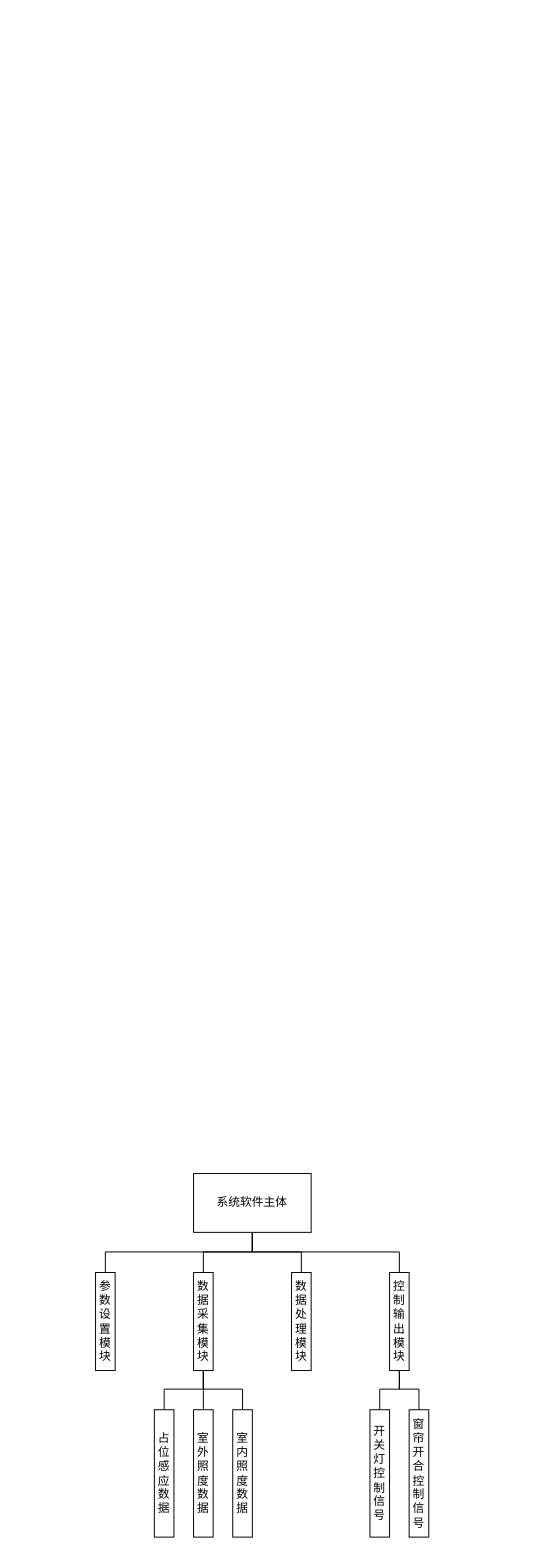
Earlier version of the draw.io diagram Untitled Diagram.drawio (chineselyw/chineselyw). Source tidied: cells renumbered, new cells numbered last; positions are measured from the earlier drawing's top-left corner, leaving out a move shared by most shapes. Both pictures are drawn from the tidied source at 98%, with x=0, y=0 at pixel (95, 1173).
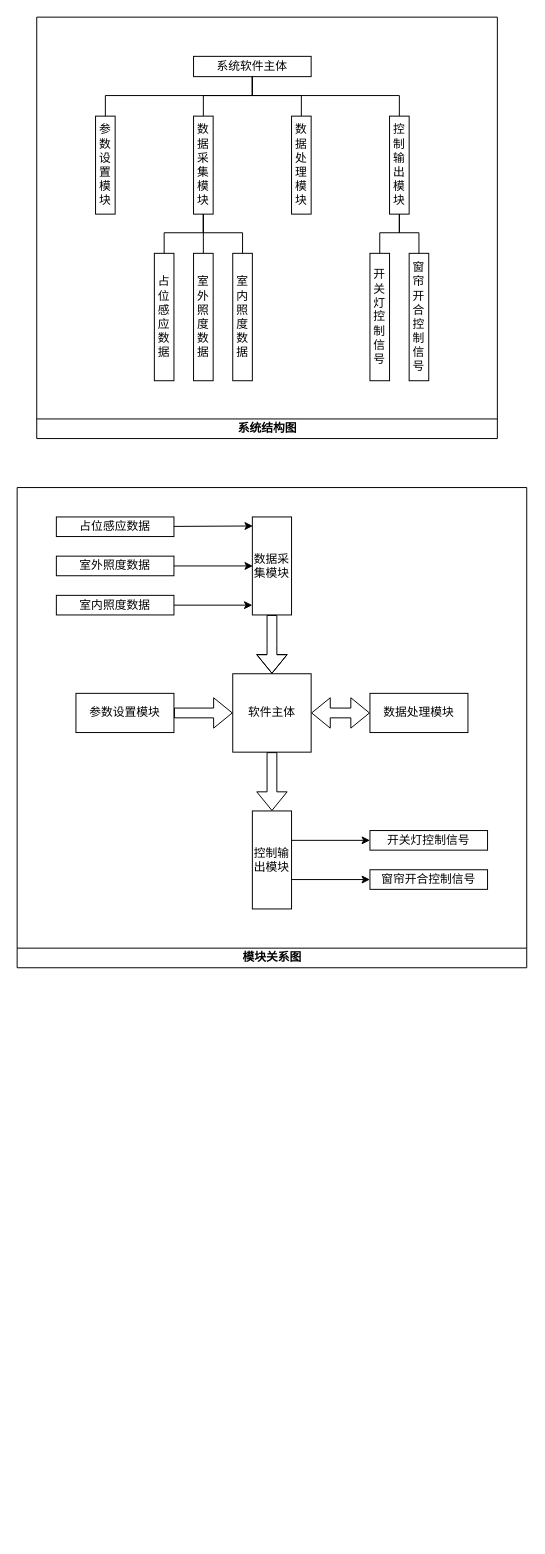
After the change.

What changed in the source:
```diff
@@
+    <mxCell id="22" value="系统结构图" style="swimlane;html=1;startSize=20;horizontal=1;containerType=tree;shadow=0;comic=0;strokeColor=#000000;strokeWidth=1;align=center;perimeter=rhombusPerimeter;direction=west;" parent="1" vertex="1">
+      <mxGeometry x="-60" y="-1180" width="470" height="430" as="geometry" />
+    </mxCell>
-    <mxCell id="2" style="group;" parent="1" vertex="1">
-      <mxGeometry x="100" width="120" height="61" as="geometry" />
+    <mxCell id="2" style="group;" parent="22" vertex="1">
+      <mxGeometry x="160" y="40" width="120" height="21" as="geometry" />
     </mxCell>
     <mxCell id="3" value="系统软件主体" style="rounded=0;whiteSpace=wrap;html=1;" parent="2" vertex="1">
-      <mxGeometry width="120" height="60" as="geometry" />
+      <mxGeometry width="120" height="20.7" as="geometry" />
     </mxCell>
-    <mxCell id="4" style="edgeStyle=orthogonalEdgeStyle;rounded=0;jettySize=auto;html=1;endArrow=none;endFill=0;entryX=0.5;entryY=1;entryDx=0;entryDy=0;" parent="1" edge="1" source="5" target="3">
+    <mxCell id="4" style="edgeStyle=orthogonalEdgeStyle;rounded=0;jettySize=auto;html=1;endArrow=none;endFill=0;entryX=0.5;entryY=1;entryDx=0;entryDy=0;" parent="22" edge="1" source="5" target="3">
       <mxGeometry relative="1" as="geometry">
         <Array as="points">
-          <mxPoint x="110" y="80" />
-          <mxPoint x="160" y="80" />
+          <mxPoint x="170" y="80" />
+          <mxPoint x="220" y="80" />
         </Array>
       </mxGeometry>
     </mxCell>
-    <mxCell id="5" value="数据采集模块" style="rounded=0;whiteSpace=wrap;html=1;" parent="1" vertex="1">
-      <mxGeometry x="100" y="101" width="20" height="100" as="geometry" />
+    <mxCell id="5" value="数据采集模块" style="rounded=0;whiteSpace=wrap;html=1;" parent="22" vertex="1">
+      <mxGeometry x="160" y="101" width="20" height="100" as="geometry" />
     </mxCell>
-    <mxCell id="6" value="参数设置模块" style="rounded=0;whiteSpace=wrap;html=1;" parent="1" vertex="1">
-      <mxGeometry y="101" width="20" height="100" as="geometry" />
+    <mxCell id="6" value="参数设置模块" style="rounded=0;whiteSpace=wrap;html=1;" parent="22" vertex="1">
+      <mxGeometry x="60" y="101" width="20" height="100" as="geometry" />
     </mxCell>
-    <mxCell id="7" style="edgeStyle=orthogonalEdgeStyle;rounded=0;jettySize=auto;html=1;endArrow=none;endFill=0;entryX=0.5;entryY=1;entryDx=0;entryDy=0;" parent="1" edge="1" source="9" target="3">
+    <mxCell id="7" style="edgeStyle=orthogonalEdgeStyle;rounded=0;jettySize=auto;html=1;endArrow=none;endFill=0;entryX=0.5;entryY=1;entryDx=0;entryDy=0;" parent="22" edge="1" source="9" target="3">
       <mxGeometry relative="1" as="geometry">
         <Array as="points">
-          <mxPoint x="210" y="80" />
-          <mxPoint x="160" y="80" />
+          <mxPoint x="270" y="80" />
+          <mxPoint x="220" y="80" />
         </Array>
       </mxGeometry>
     </mxCell>
-    <mxCell id="8" style="edgeStyle=orthogonalEdgeStyle;rounded=0;jettySize=auto;html=1;endArrow=none;endFill=0;exitX=0.5;exitY=1;exitDx=0;exitDy=0;" parent="1" edge="1" source="3" target="10">
+    <mxCell id="8" style="edgeStyle=orthogonalEdgeStyle;rounded=0;jettySize=auto;html=1;endArrow=none;endFill=0;exitX=0.5;exitY=1;exitDx=0;exitDy=0;" parent="22" edge="1" source="3" target="10">
       <mxGeometry relative="1" as="geometry">
         <Array as="points">
-          <mxPoint x="160" y="80" />
-          <mxPoint x="310" y="80" />
+          <mxPoint x="220" y="80" />
+          <mxPoint x="370" y="80" />
         </Array>
       </mxGeometry>
     </mxCell>
-    <mxCell id="9" value="数据处理模块" style="rounded=0;whiteSpace=wrap;html=1;" parent="1" vertex="1">
-      <mxGeometry x="200" y="101" width="20" height="100" as="geometry" />
+    <mxCell id="9" value="数据处理模块" style="rounded=0;whiteSpace=wrap;html=1;" parent="22" vertex="1">
+      <mxGeometry x="260" y="101" width="20" height="100" as="geometry" />
     </mxCell>
-    <mxCell id="10" value="控制输出模块" style="rounded=0;whiteSpace=wrap;html=1;" parent="1" vertex="1">
-      <mxGeometry x="300" y="101" width="20" height="100" as="geometry" />
+    <mxCell id="10" value="控制输出模块" style="rounded=0;whiteSpace=wrap;html=1;" parent="22" vertex="1">
+      <mxGeometry x="360" y="101" width="20" height="100" as="geometry" />
     </mxCell>
-    <mxCell id="11" style="edgeStyle=orthogonalEdgeStyle;rounded=0;jettySize=auto;html=1;endArrow=none;endFill=0;entryX=0.5;entryY=1;entryDx=0;entryDy=0;exitX=0.5;exitY=0;exitDx=0;exitDy=0;" parent="1" edge="1" source="6" target="3">
+    <mxCell id="11" style="edgeStyle=orthogonalEdgeStyle;rounded=0;jettySize=auto;html=1;endArrow=none;endFill=0;entryX=0.5;entryY=1;entryDx=0;entryDy=0;exitX=0.5;exitY=0;exitDx=0;exitDy=0;" parent="22" edge="1" source="6" target="3">
       <mxGeometry relative="1" as="geometry">
         <Array as="points">
-          <mxPoint x="10" y="80" />
-          <mxPoint x="160" y="80" />
+          <mxPoint x="70" y="80" />
+          <mxPoint x="220" y="80" />
         </Array>
       </mxGeometry>
     </mxCell>
-    <mxCell id="12" value="开关灯控制信号" style="rounded=0;whiteSpace=wrap;html=1;" parent="1" vertex="1">
-      <mxGeometry x="280" y="241" width="20" height="130" as="geometry" />
+    <mxCell id="12" value="开关灯控制信号" style="rounded=0;whiteSpace=wrap;html=1;" parent="22" vertex="1">
+      <mxGeometry x="340" y="241" width="20" height="130" as="geometry" />
     </mxCell>
-    <mxCell id="13" value="窗帘开合控制信号" style="rounded=0;whiteSpace=wrap;html=1;" parent="1" vertex="1">
-      <mxGeometry x="320" y="241" width="20" height="130" as="geometry" />
+    <mxCell id="13" value="窗帘开合控制信号" style="rounded=0;whiteSpace=wrap;html=1;" parent="22" vertex="1">
+      <mxGeometry x="380" y="241" width="20" height="130" as="geometry" />
     </mxCell>
-    <mxCell id="14" style="endArrow=none;html=1;entryX=0.5;entryY=1;entryDx=0;entryDy=0;exitX=0.5;exitY=0;exitDx=0;exitDy=0;rounded=0;" parent="1" edge="1" source="12" target="10">
+    <mxCell id="14" style="endArrow=none;html=1;entryX=0.5;entryY=1;entryDx=0;entryDy=0;exitX=0.5;exitY=0;exitDx=0;exitDy=0;rounded=0;" parent="22" edge="1" source="12" target="10">
       <mxGeometry relative="1" as="geometry">
         <Array as="points">
-          <mxPoint x="290" y="220" />
-          <mxPoint x="310" y="220" />
+          <mxPoint x="350" y="220" />
+          <mxPoint x="370" y="220" />
         </Array>
       </mxGeometry>
     </mxCell>
-    <mxCell id="15" style="endArrow=none;html=1;entryX=0.5;entryY=1;entryDx=0;entryDy=0;rounded=0;exitX=0.5;exitY=0;exitDx=0;exitDy=0;" parent="1" edge="1" source="13" target="10">
+    <mxCell id="15" style="endArrow=none;html=1;entryX=0.5;entryY=1;entryDx=0;entryDy=0;rounded=0;exitX=0.5;exitY=0;exitDx=0;exitDy=0;" parent="22" edge="1" source="13" target="10">
       <mxGeometry relative="1" as="geometry">
         <Array as="points">
-          <mxPoint x="330" y="220" />
-          <mxPoint x="310" y="220" />
+          <mxPoint x="390" y="220" />
+          <mxPoint x="370" y="220" />
         </Array>
       </mxGeometry>
     </mxCell>
-    <mxCell id="16" value="室外照度数据" style="rounded=0;whiteSpace=wrap;html=1;" parent="1" vertex="1">
-      <mxGeometry x="100" y="241" width="20" height="130" as="geometry" />
+    <mxCell id="16" value="室外照度数据" style="rounded=0;whiteSpace=wrap;html=1;" parent="22" vertex="1">
+      <mxGeometry x="160" y="241" width="20" height="130" as="geometry" />
     </mxCell>
-    <mxCell id="17" value="占位感应数据" style="rounded=0;whiteSpace=wrap;html=1;" parent="1" vertex="1">
-      <mxGeometry x="60" y="241" width="20" height="130" as="geometry" />
+    <mxCell id="17" value="占位感应数据" style="rounded=0;whiteSpace=wrap;html=1;" parent="22" vertex="1">
+      <mxGeometry x="120" y="241" width="20" height="130" as="geometry" />
     </mxCell>
-    <mxCell id="18" value="室内照度数据" style="rounded=0;whiteSpace=wrap;html=1;" parent="1" vertex="1">
-      <mxGeometry x="140" y="241" width="20" height="130" as="geometry" />
+    <mxCell id="18" value="室内照度数据" style="rounded=0;whiteSpace=wrap;html=1;" parent="22" vertex="1">
+      <mxGeometry x="200" y="241" width="20" height="130" as="geometry" />
     </mxCell>
-    <mxCell id="19" style="endArrow=none;html=1;entryX=0.5;entryY=1;entryDx=0;entryDy=0;exitX=0.5;exitY=0;exitDx=0;exitDy=0;rounded=0;" parent="1" edge="1" source="17">
+    <mxCell id="19" style="endArrow=none;html=1;entryX=0.5;entryY=1;entryDx=0;entryDy=0;exitX=0.5;exitY=0;exitDx=0;exitDy=0;rounded=0;" parent="22" edge="1" source="17">
       <mxGeometry relative="1" as="geometry">
-        <mxPoint x="110" y="201" as="targetPoint" />
+        <mxPoint x="170" y="201" as="targetPoint" />
         <Array as="points">
-          <mxPoint x="70" y="220" />
-          <mxPoint x="110" y="220" />
+          <mxPoint x="130" y="220" />
+          <mxPoint x="170" y="220" />
         </Array>
       </mxGeometry>
     </mxCell>
-    <mxCell id="20" style="endArrow=none;html=1;rounded=0;exitX=0.5;exitY=0;exitDx=0;exitDy=0;entryX=0.5;entryY=1;entryDx=0;entryDy=0;" parent="1" edge="1" source="18" target="5">
+    <mxCell id="20" style="endArrow=none;html=1;rounded=0;exitX=0.5;exitY=0;exitDx=0;exitDy=0;entryX=0.5;entryY=1;entryDx=0;entryDy=0;" parent="22" edge="1" source="18" target="5">
       <mxGeometry relative="1" as="geometry">
         <Array as="points">
-          <mxPoint x="150" y="220" />
-          <mxPoint x="110" y="220" />
+          <mxPoint x="210" y="220" />
+          <mxPoint x="170" y="220" />
         </Array>
       </mxGeometry>
     </mxCell>
-    <mxCell id="21" style="endArrow=none;html=1;entryX=0.5;entryY=1;entryDx=0;entryDy=0;exitX=0.5;exitY=0;exitDx=0;exitDy=0;" parent="1" edge="1" source="16" target="5">
+    <mxCell id="21" style="endArrow=none;html=1;entryX=0.5;entryY=1;entryDx=0;entryDy=0;exitX=0.5;exitY=0;exitDx=0;exitDy=0;" parent="22" edge="1" source="16" target="5">
       <mxGeometry relative="1" as="geometry" />
     </mxCell>
+    <mxCell id="23" value="模块关系图" style="swimlane;html=1;startSize=20;horizontal=1;containerType=tree;shadow=0;comic=0;strokeColor=#000000;strokeWidth=1;align=center;perimeter=rhombusPerimeter;noLabel=0;direction=west;" parent="1" vertex="1">
+      <mxGeometry x="-80" y="-700" width="520" height="490" as="geometry" />
+    </mxCell>
+    <mxCell id="24" value="参数设置模块" style="rounded=0;whiteSpace=wrap;html=1;" parent="23" vertex="1">
+      <mxGeometry x="60" y="210" width="100" height="40" as="geometry" />
+    </mxCell>
+    <mxCell id="25" value="软件主体" style="rounded=0;whiteSpace=wrap;html=1;" parent="23" vertex="1">
+      <mxGeometry x="220" y="190" width="80" height="80" as="geometry" />
+    </mxCell>
+    <mxCell id="26" value="数据采集模块" style="rounded=0;whiteSpace=wrap;html=1;" parent="23" vertex="1">
+      <mxGeometry x="240" y="30" width="40" height="100" as="geometry" />
+    </mxCell>
+    <mxCell id="27" style="shape=flexArrow;endArrow=classic;html=1;" parent="23" edge="1" source="26" target="25">
+      <mxGeometry relative="1" as="geometry">
+        <Array as="points">
+          <mxPoint x="260" y="160" />
+        </Array>
+      </mxGeometry>
+    </mxCell>
+    <mxCell id="28" style="shape=flexArrow;endArrow=classic;html=1;" parent="23" edge="1" source="24">
+      <mxGeometry relative="1" as="geometry">
+        <mxPoint x="220" y="230" as="targetPoint" />
+      </mxGeometry>
+    </mxCell>
+    <mxCell id="29" value="数据处理模块" style="rounded=0;whiteSpace=wrap;html=1;" parent="23" vertex="1">
+      <mxGeometry x="360" y="210" width="100" height="40" as="geometry" />
+    </mxCell>
+    <mxCell id="30" style="shape=flexArrow;endArrow=classic;startArrow=classic;html=1;" parent="23" edge="1" source="25" target="29">
+      <mxGeometry relative="1" as="geometry" />
+    </mxCell>
+    <mxCell id="31" value="控制输出模块" style="rounded=0;whiteSpace=wrap;html=1;" parent="23" vertex="1">
+      <mxGeometry x="240" y="330" width="40" height="100" as="geometry" />
+    </mxCell>
+    <mxCell id="32" style="shape=flexArrow;endArrow=classic;html=1;" parent="23" edge="1" source="25" target="31">
+      <mxGeometry relative="1" as="geometry" />
+    </mxCell>
+    <mxCell id="33" value="室外照度数据" style="rounded=0;whiteSpace=wrap;html=1;" parent="23" vertex="1">
+      <mxGeometry x="40" y="70" width="120" height="20" as="geometry" />
+    </mxCell>
+    <mxCell id="34" value="占位感应数据" style="rounded=0;whiteSpace=wrap;html=1;" parent="23" vertex="1">
+      <mxGeometry x="40" y="30" width="120" height="20" as="geometry" />
+    </mxCell>
+    <mxCell id="35" value="室内照度数据" style="rounded=0;whiteSpace=wrap;html=1;" parent="23" vertex="1">
+      <mxGeometry x="40" y="110" width="120" height="20" as="geometry" />
+    </mxCell>
+    <mxCell id="36" style="endArrow=classic;html=1;entryX=0.013;entryY=0.092;entryDx=0;entryDy=0;entryPerimeter=0;" parent="23" edge="1" source="34" target="26">
+      <mxGeometry relative="1" as="geometry" />
+    </mxCell>
+    <mxCell id="37" style="endArrow=classic;html=1;entryX=0.013;entryY=0.5;entryDx=0;entryDy=0;entryPerimeter=0;" parent="23" edge="1" source="33" target="26">
+      <mxGeometry relative="1" as="geometry" />
+    </mxCell>
+    <mxCell id="38" style="endArrow=classic;html=1;entryX=0;entryY=0.9;entryDx=0;entryDy=0;entryPerimeter=0;" parent="23" edge="1" source="35" target="26">
+      <mxGeometry relative="1" as="geometry" />
+    </mxCell>
+    <mxCell id="39" value="开关灯控制信号" style="rounded=0;whiteSpace=wrap;html=1;" parent="23" vertex="1">
+      <mxGeometry x="360" y="350" width="120" height="20" as="geometry" />
+    </mxCell>
+    <mxCell id="40" value="窗帘开合控制信号" style="rounded=0;whiteSpace=wrap;html=1;" parent="23" vertex="1">
+      <mxGeometry x="360" y="390" width="120" height="20" as="geometry" />
+    </mxCell>
+    <mxCell id="41" style="endArrow=classic;html=1;" parent="23" edge="1" target="39">
+      <mxGeometry relative="1" as="geometry">
+        <mxPoint x="280" y="360" as="sourcePoint" />
+      </mxGeometry>
+    </mxCell>
+    <mxCell id="42" style="endArrow=classic;html=1;" parent="23" edge="1" target="40">
+      <mxGeometry relative="1" as="geometry">
+        <mxPoint x="280" y="400" as="sourcePoint" />
+      </mxGeometry>
+    </mxCell>
```
